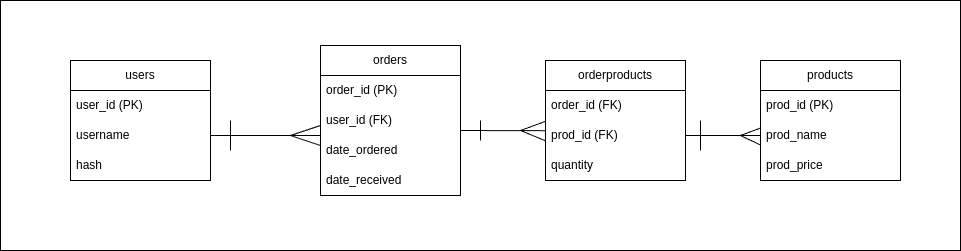
Earlier version of the draw.io export assets/DB-finalproject.png (jsaropy/finalproject). Source tidied: cells renumbered, new cells last; positions are measured from the earlier drawing's top-left corner, leaving out a move shared by most shapes.
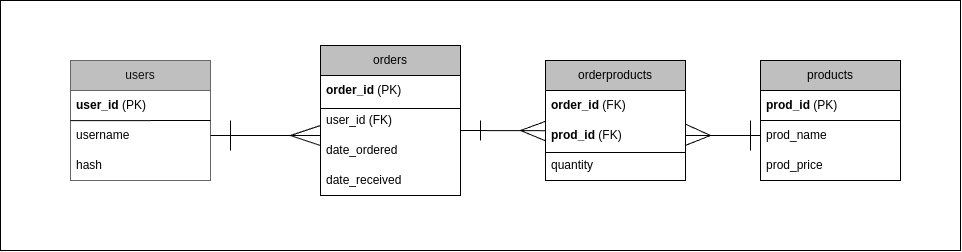
The same file after the commit.

Commit message:
Final database illustration

What changed in the source:
```diff
@@ -5,10 +5,10 @@
     <mxCell id="2" style="rounded=0;whiteSpace=wrap;html=1;" parent="1" vertex="1">
       <mxGeometry width="960" height="250" as="geometry" />
     </mxCell>
-    <mxCell id="3" value="users" style="swimlane;fontStyle=0;horizontal=1;startSize=30;whiteSpace=wrap;html=1;" parent="1" vertex="1">
+    <mxCell id="3" value="&lt;font color=&quot;#121212&quot;&gt;users&lt;/font&gt;" style="swimlane;fontStyle=0;horizontal=1;startSize=30;whiteSpace=wrap;html=1;fillColor=#BFBFBF;fontColor=#333333;strokeColor=#666666;" parent="1" vertex="1">
       <mxGeometry x="70" y="60" width="140" height="120" as="geometry" />
     </mxCell>
-    <mxCell id="4" value="user_id&amp;nbsp;(PK)" style="text;strokeColor=none;fillColor=none;align=left;verticalAlign=middle;spacingLeft=4;spacingRight=4;overflow=hidden;points=[[0,0.5],[1,0.5]];portConstraint=eastwest;whiteSpace=wrap;html=1;" parent="3" vertex="1">
+    <mxCell id="4" value="&lt;b&gt;user_id&lt;/b&gt;&amp;nbsp;(PK)" style="text;strokeColor=none;fillColor=none;align=left;verticalAlign=middle;spacingLeft=4;spacingRight=4;overflow=hidden;points=[[0,0.5],[1,0.5]];portConstraint=eastwest;whiteSpace=wrap;html=1;" parent="3" vertex="1">
       <mxGeometry y="30" width="140" height="30" as="geometry" />
     </mxCell>
     <mxCell id="5" value="username" style="text;strokeColor=none;fillColor=none;align=left;verticalAlign=middle;spacingLeft=4;spacingRight=4;overflow=hidden;points=[[0,0.5],[1,0.5]];portConstraint=eastwest;whiteSpace=wrap;html=1;" parent="3" vertex="1">
@@ -17,12 +17,21 @@
     <mxCell id="6" value="hash" style="text;strokeColor=none;fillColor=none;align=left;verticalAlign=middle;spacingLeft=4;spacingRight=4;overflow=hidden;whiteSpace=wrap;html=1;" parent="3" vertex="1">
       <mxGeometry y="90" width="140" height="30" as="geometry" />
     </mxCell>
+    <mxCell id="32" style="endArrow=none;html=1;rounded=0;exitX=-0.001;exitY=1.005;exitDx=0;exitDy=0;exitPerimeter=0;entryX=1;entryY=0.5;entryDx=0;entryDy=0;" parent="3" edge="1" source="4" target="3">
+      <mxGeometry relative="1" as="geometry" />
+    </mxCell>
-    <mxCell id="7" value="products" style="swimlane;fontStyle=0;horizontal=1;startSize=30;whiteSpace=wrap;html=1;" parent="1" vertex="1">
+    <mxCell id="7" value="products" style="swimlane;fontStyle=0;horizontal=1;startSize=30;whiteSpace=wrap;html=1;fillColor=#BFBFBF;" parent="1" vertex="1">
       <mxGeometry x="760" y="60" width="140" height="120" as="geometry" />
     </mxCell>
-    <mxCell id="8" value="prod_id (PK)" style="text;strokeColor=none;fillColor=none;align=left;verticalAlign=middle;spacingLeft=4;spacingRight=4;overflow=hidden;whiteSpace=wrap;html=1;" parent="7" vertex="1">
+    <mxCell id="8" value="&lt;b&gt;prod_id&lt;/b&gt; (PK)" style="text;strokeColor=none;fillColor=none;align=left;verticalAlign=middle;spacingLeft=4;spacingRight=4;overflow=hidden;whiteSpace=wrap;html=1;" parent="7" vertex="1">
       <mxGeometry y="30" width="140" height="30" as="geometry" />
     </mxCell>
+    <mxCell id="33" style="endArrow=none;html=1;rounded=0;exitX=-0.001;exitY=1.005;exitDx=0;exitDy=0;exitPerimeter=0;entryX=1;entryY=0.5;entryDx=0;entryDy=0;" parent="7" edge="1">
+      <mxGeometry relative="1" as="geometry">
+        <mxPoint y="60" as="sourcePoint" />
+        <mxPoint x="140" y="60" as="targetPoint" />
+      </mxGeometry>
+    </mxCell>
     <mxCell id="9" value="prod_name" style="text;strokeColor=none;fillColor=none;align=left;verticalAlign=middle;spacingLeft=4;spacingRight=4;overflow=hidden;points=[[0,0.5],[1,0.5]];portConstraint=eastwest;whiteSpace=wrap;html=1;" parent="7" vertex="1">
       <mxGeometry y="60" width="140" height="30" as="geometry" />
     </mxCell>
@@ -52,12 +61,18 @@
         <mxPoint x="290" y="135" as="targetPoint" />
       </mxGeometry>
     </mxCell>
-    <mxCell id="15" value="orders" style="swimlane;fontStyle=0;horizontal=1;startSize=30;whiteSpace=wrap;html=1;" parent="1" vertex="1">
+    <mxCell id="15" value="orders" style="swimlane;fontStyle=0;horizontal=1;startSize=30;whiteSpace=wrap;html=1;fillColor=#BFBFBF;" parent="1" vertex="1">
       <mxGeometry x="320" y="45" width="140" height="150" as="geometry" />
     </mxCell>
-    <mxCell id="16" value="order_id&amp;nbsp;(PK)" style="text;strokeColor=none;fillColor=none;align=left;verticalAlign=middle;spacingLeft=4;spacingRight=4;overflow=hidden;whiteSpace=wrap;html=1;" parent="15" vertex="1">
+    <mxCell id="16" value="&lt;b&gt;order_id&lt;/b&gt;&amp;nbsp;(PK)" style="text;strokeColor=none;fillColor=none;align=left;verticalAlign=middle;spacingLeft=4;spacingRight=4;overflow=hidden;whiteSpace=wrap;html=1;" parent="15" vertex="1">
       <mxGeometry y="30" width="140" height="30" as="geometry" />
     </mxCell>
+    <mxCell id="34" style="endArrow=none;html=1;rounded=0;exitX=-0.001;exitY=1.005;exitDx=0;exitDy=0;exitPerimeter=0;entryX=1;entryY=0.5;entryDx=0;entryDy=0;" parent="15" edge="1">
+      <mxGeometry relative="1" as="geometry">
+        <mxPoint y="63" as="sourcePoint" />
+        <mxPoint x="140" y="63" as="targetPoint" />
+      </mxGeometry>
+    </mxCell>
     <mxCell id="17" value="user_id (FK)" style="text;strokeColor=none;fillColor=none;align=left;verticalAlign=middle;spacingLeft=4;spacingRight=4;overflow=hidden;whiteSpace=wrap;html=1;" parent="15" vertex="1">
       <mxGeometry y="60" width="140" height="30" as="geometry" />
     </mxCell>
@@ -67,13 +82,19 @@
     <mxCell id="19" value="date_received" style="text;strokeColor=none;fillColor=none;align=left;verticalAlign=middle;spacingLeft=4;spacingRight=4;overflow=hidden;whiteSpace=wrap;html=1;" parent="15" vertex="1">
       <mxGeometry y="120" width="140" height="30" as="geometry" />
     </mxCell>
-    <mxCell id="20" value="orderproducts" style="swimlane;fontStyle=0;horizontal=1;startSize=30;whiteSpace=wrap;html=1;" parent="1" vertex="1">
+    <mxCell id="20" value="orderproducts" style="swimlane;fontStyle=0;horizontal=1;startSize=30;whiteSpace=wrap;html=1;fillColor=#BFBFBF;" parent="1" vertex="1">
       <mxGeometry x="545" y="60" width="140" height="120" as="geometry" />
     </mxCell>
-    <mxCell id="21" value="order_id (FK)" style="text;strokeColor=none;fillColor=none;align=left;verticalAlign=middle;spacingLeft=4;spacingRight=4;overflow=hidden;whiteSpace=wrap;html=1;" parent="20" vertex="1">
+    <mxCell id="21" value="&lt;b&gt;order_id&lt;/b&gt; (FK)" style="text;strokeColor=none;fillColor=none;align=left;verticalAlign=middle;spacingLeft=4;spacingRight=4;overflow=hidden;whiteSpace=wrap;html=1;" parent="20" vertex="1">
       <mxGeometry y="30" width="140" height="30" as="geometry" />
     </mxCell>
+    <mxCell id="35" style="endArrow=none;html=1;rounded=0;exitX=-0.001;exitY=1.005;exitDx=0;exitDy=0;exitPerimeter=0;entryX=1;entryY=0.5;entryDx=0;entryDy=0;" parent="20" edge="1">
+      <mxGeometry relative="1" as="geometry">
+        <mxPoint y="92" as="sourcePoint" />
+        <mxPoint x="140" y="92" as="targetPoint" />
+      </mxGeometry>
+    </mxCell>
-    <mxCell id="22" value="prod_id (FK)" style="text;strokeColor=none;fillColor=none;align=left;verticalAlign=middle;spacingLeft=4;spacingRight=4;overflow=hidden;points=[[0,0.5],[1,0.5]];portConstraint=eastwest;whiteSpace=wrap;html=1;" parent="20" vertex="1">
+    <mxCell id="22" value="&lt;b&gt;prod_id&lt;/b&gt; (FK)" style="text;strokeColor=none;fillColor=none;align=left;verticalAlign=middle;spacingLeft=4;spacingRight=4;overflow=hidden;points=[[0,0.5],[1,0.5]];portConstraint=eastwest;whiteSpace=wrap;html=1;" parent="20" vertex="1">
       <mxGeometry y="60" width="140" height="30" as="geometry" />
     </mxCell>
     <mxCell id="23" value="quantity" style="text;strokeColor=none;fillColor=none;align=left;verticalAlign=middle;spacingLeft=4;spacingRight=4;overflow=hidden;whiteSpace=wrap;html=1;" parent="20" vertex="1">
@@ -103,20 +124,21 @@
     <mxCell id="28" style="endArrow=none;html=1;rounded=0;exitX=1;exitY=0.5;exitDx=0;exitDy=0;entryX=0;entryY=0.5;entryDx=0;entryDy=0;" parent="1" edge="1" source="22" target="9">
       <mxGeometry relative="1" as="geometry" />
     </mxCell>
-    <mxCell id="29" style="endArrow=none;html=1;rounded=0;entryX=-0.002;entryY=0.256;entryDx=0;entryDy=0;entryPerimeter=0;" parent="1" edge="1" target="9">
+    <mxCell id="29" style="endArrow=none;html=1;rounded=0;" parent="1" edge="1">
       <mxGeometry relative="1" as="geometry">
-        <mxPoint x="740" y="135" as="sourcePoint" />
+        <mxPoint x="685" y="123.7" as="sourcePoint" />
+        <mxPoint x="710" y="135" as="targetPoint" />
       </mxGeometry>
     </mxCell>
-    <mxCell id="30" style="endArrow=none;html=1;rounded=0;entryX=-0.002;entryY=0.814;entryDx=0;entryDy=0;entryPerimeter=0;" parent="1" edge="1" target="9">
+    <mxCell id="30" style="endArrow=none;html=1;rounded=0;entryX=0.998;entryY=0.833;entryDx=0;entryDy=0;entryPerimeter=0;" parent="1" edge="1" target="22">
       <mxGeometry relative="1" as="geometry">
-        <mxPoint x="740" y="135" as="sourcePoint" />
+        <mxPoint x="710" y="135" as="sourcePoint" />
       </mxGeometry>
     </mxCell>
     <mxCell id="31" style="endArrow=none;html=1;rounded=0;" parent="1" edge="1">
       <mxGeometry relative="1" as="geometry">
-        <mxPoint x="700" y="150" as="sourcePoint" />
-        <mxPoint x="700" y="120" as="targetPoint" />
+        <mxPoint x="750" y="150" as="sourcePoint" />
+        <mxPoint x="750" y="120" as="targetPoint" />
       </mxGeometry>
     </mxCell>
   </root>
```
